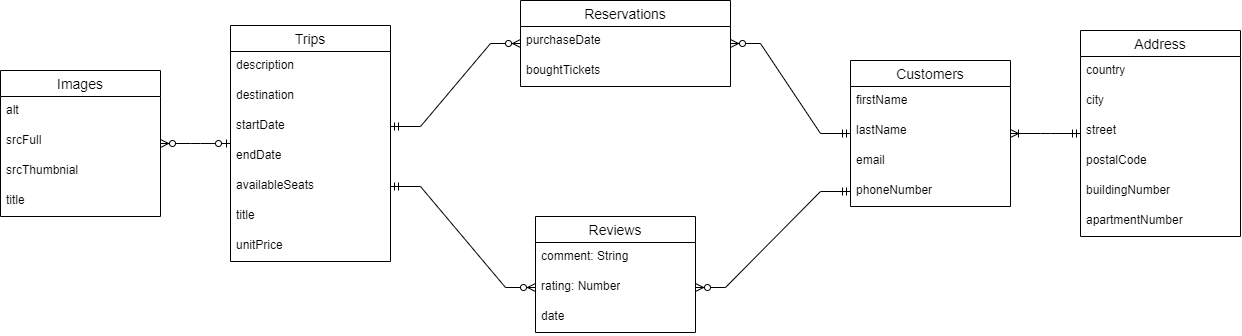
Above: diagrams/data_model.drawio.png in Strattoss/DataBaseMiniproject (draw.io), before the change. Source tidied: cells renumbered, new cells last; positions are measured from the earlier drawing's top-left corner, leaving out a move shared by most shapes.
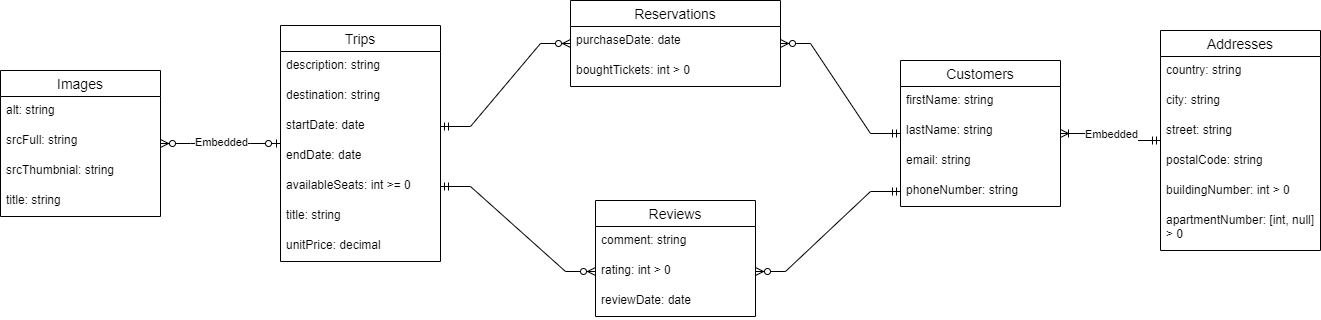
Above is the later version.

Commit message:
Updated data diagram

The edit, as a diff of the source:
```diff
@@ -3,110 +3,117 @@
     <mxCell id="0" />
     <mxCell id="1" parent="0" />
     <mxCell id="2" value="Customers" style="swimlane;fontStyle=0;horizontal=1;startSize=26;align=center;fontSize=14;" parent="1" vertex="1">
-      <mxGeometry x="850" y="60" width="160" height="146" as="geometry" />
+      <mxGeometry x="1050" y="60" width="160" height="146" as="geometry" />
     </mxCell>
-    <mxCell id="3" value="firstName" style="text;strokeColor=none;fillColor=none;spacingLeft=4;spacingRight=4;overflow=hidden;fontSize=12;whiteSpace=wrap;html=1;" parent="2" vertex="1">
+    <mxCell id="3" value="firstName: string" style="text;strokeColor=none;fillColor=none;spacingLeft=4;spacingRight=4;overflow=hidden;fontSize=12;whiteSpace=wrap;html=1;" parent="2" vertex="1">
       <mxGeometry y="26" width="160" height="30" as="geometry" />
     </mxCell>
-    <mxCell id="4" value="lastName" style="text;strokeColor=none;fillColor=none;spacingLeft=4;spacingRight=4;overflow=hidden;fontSize=12;whiteSpace=wrap;html=1;" parent="2" vertex="1">
+    <mxCell id="4" value="lastName: string" style="text;strokeColor=none;fillColor=none;spacingLeft=4;spacingRight=4;overflow=hidden;fontSize=12;whiteSpace=wrap;html=1;" parent="2" vertex="1">
       <mxGeometry y="56" width="160" height="30" as="geometry" />
     </mxCell>
-    <mxCell id="5" value="email" style="text;strokeColor=none;fillColor=none;spacingLeft=4;spacingRight=4;overflow=hidden;fontSize=12;whiteSpace=wrap;html=1;" parent="2" vertex="1">
+    <mxCell id="5" value="email: string" style="text;strokeColor=none;fillColor=none;spacingLeft=4;spacingRight=4;overflow=hidden;fontSize=12;whiteSpace=wrap;html=1;" parent="2" vertex="1">
       <mxGeometry y="86" width="160" height="30" as="geometry" />
     </mxCell>
-    <mxCell id="6" value="phoneNumber" style="text;strokeColor=none;fillColor=none;spacingLeft=4;spacingRight=4;overflow=hidden;points=[[0,0.5],[1,0.5]];portConstraint=eastwest;fontSize=12;whiteSpace=wrap;html=1;" parent="2" vertex="1">
+    <mxCell id="6" value="phoneNumber: string" style="text;strokeColor=none;fillColor=none;spacingLeft=4;spacingRight=4;overflow=hidden;points=[[0,0.5],[1,0.5]];portConstraint=eastwest;fontSize=12;whiteSpace=wrap;html=1;" parent="2" vertex="1">
       <mxGeometry y="116" width="160" height="30" as="geometry" />
     </mxCell>
     <mxCell id="7" value="Reservations" style="swimlane;fontStyle=0;horizontal=1;startSize=26;align=center;fontSize=14;" parent="1" vertex="1">
-      <mxGeometry x="520" width="210" height="86" as="geometry" />
+      <mxGeometry x="720" width="210" height="86" as="geometry" />
     </mxCell>
-    <mxCell id="8" value="purchaseDate" style="text;strokeColor=none;fillColor=none;spacingLeft=4;spacingRight=4;overflow=hidden;fontSize=12;whiteSpace=wrap;html=1;" parent="7" vertex="1">
+    <mxCell id="8" value="purchaseDate: date" style="text;strokeColor=none;fillColor=none;spacingLeft=4;spacingRight=4;overflow=hidden;fontSize=12;whiteSpace=wrap;html=1;" parent="7" vertex="1">
       <mxGeometry y="26" width="210" height="30" as="geometry" />
     </mxCell>
-    <mxCell id="9" value="boughtTickets" style="text;strokeColor=none;fillColor=none;spacingLeft=4;spacingRight=4;overflow=hidden;fontSize=12;whiteSpace=wrap;html=1;" parent="7" vertex="1">
+    <mxCell id="9" value="boughtTickets: int &amp;gt; 0" style="text;strokeColor=none;fillColor=none;spacingLeft=4;spacingRight=4;overflow=hidden;fontSize=12;whiteSpace=wrap;html=1;" parent="7" vertex="1">
       <mxGeometry y="56" width="210" height="30" as="geometry" />
     </mxCell>
     <mxCell id="10" value="Reviews" style="swimlane;fontStyle=0;horizontal=1;startSize=26;align=center;fontSize=14;" parent="1" vertex="1">
-      <mxGeometry x="535" y="216" width="160" height="116" as="geometry" />
+      <mxGeometry x="745" y="200" width="160" height="116" as="geometry" />
     </mxCell>
-    <mxCell id="11" value="comment: String" style="text;strokeColor=none;fillColor=none;spacingLeft=4;spacingRight=4;overflow=hidden;points=[[0,0.5],[1,0.5]];portConstraint=eastwest;fontSize=12;whiteSpace=wrap;html=1;" parent="10" vertex="1">
+    <mxCell id="11" value="comment: string" style="text;strokeColor=none;fillColor=none;spacingLeft=4;spacingRight=4;overflow=hidden;points=[[0,0.5],[1,0.5]];portConstraint=eastwest;fontSize=12;whiteSpace=wrap;html=1;" parent="10" vertex="1">
       <mxGeometry y="26" width="160" height="30" as="geometry" />
     </mxCell>
-    <mxCell id="12" value="rating: Number" style="text;strokeColor=none;fillColor=none;spacingLeft=4;spacingRight=4;overflow=hidden;points=[[0,0.5],[1,0.5]];portConstraint=eastwest;fontSize=12;whiteSpace=wrap;html=1;" parent="10" vertex="1">
+    <mxCell id="12" value="rating: int &amp;gt; 0" style="text;strokeColor=none;fillColor=none;spacingLeft=4;spacingRight=4;overflow=hidden;points=[[0,0.5],[1,0.5]];portConstraint=eastwest;fontSize=12;whiteSpace=wrap;html=1;" parent="10" vertex="1">
       <mxGeometry y="56" width="160" height="30" as="geometry" />
     </mxCell>
-    <mxCell id="13" value="date" style="text;strokeColor=none;fillColor=none;spacingLeft=4;spacingRight=4;overflow=hidden;fontSize=12;whiteSpace=wrap;html=1;" parent="10" vertex="1">
+    <mxCell id="13" value="reviewDate: date" style="text;strokeColor=none;fillColor=none;spacingLeft=4;spacingRight=4;overflow=hidden;fontSize=12;whiteSpace=wrap;html=1;" parent="10" vertex="1">
       <mxGeometry y="86" width="160" height="30" as="geometry" />
     </mxCell>
-    <mxCell id="14" style="edgeStyle=entityRelationEdgeStyle;fontSize=12;html=1;endArrow=ERzeroToMany;startArrow=ERmandOne;rounded=0;entryX=1;entryY=0.5;entryDx=0;entryDy=0;exitX=1;exitY=0.5;exitDx=0;exitDy=0;" parent="1" edge="1" source="x" target="11">
-      <mxGeometry relative="1" as="geometry" />
-    </mxCell>
     <mxCell id="15" value="Trips" style="swimlane;fontStyle=0;horizontal=1;startSize=26;align=center;fontSize=14;" parent="1" vertex="1">
-      <mxGeometry x="230" y="25" width="160" height="236" as="geometry" />
+      <mxGeometry x="430" y="25" width="160" height="236" as="geometry" />
     </mxCell>
-    <mxCell id="16" value="description" style="text;strokeColor=none;fillColor=none;spacingLeft=4;spacingRight=4;overflow=hidden;fontSize=12;whiteSpace=wrap;html=1;" parent="15" vertex="1">
+    <mxCell id="16" value="description: string" style="text;strokeColor=none;fillColor=none;spacingLeft=4;spacingRight=4;overflow=hidden;fontSize=12;whiteSpace=wrap;html=1;" parent="15" vertex="1">
       <mxGeometry y="26" width="160" height="30" as="geometry" />
     </mxCell>
-    <mxCell id="17" value="destination" style="text;strokeColor=none;fillColor=none;spacingLeft=4;spacingRight=4;overflow=hidden;fontSize=12;whiteSpace=wrap;html=1;" parent="15" vertex="1">
+    <mxCell id="17" value="destination: string" style="text;strokeColor=none;fillColor=none;spacingLeft=4;spacingRight=4;overflow=hidden;fontSize=12;whiteSpace=wrap;html=1;" parent="15" vertex="1">
       <mxGeometry y="56" width="160" height="30" as="geometry" />
     </mxCell>
-    <mxCell id="18" value="startDate" style="text;strokeColor=none;fillColor=none;spacingLeft=4;spacingRight=4;overflow=hidden;points=[[0,0.5],[1,0.5]];portConstraint=eastwest;fontSize=12;whiteSpace=wrap;html=1;" parent="15" vertex="1">
+    <mxCell id="18" value="startDate: date" style="text;strokeColor=none;fillColor=none;spacingLeft=4;spacingRight=4;overflow=hidden;points=[[0,0.5],[1,0.5]];portConstraint=eastwest;fontSize=12;whiteSpace=wrap;html=1;" parent="15" vertex="1">
       <mxGeometry y="86" width="160" height="30" as="geometry" />
     </mxCell>
-    <mxCell id="19" value="endDate" style="text;strokeColor=none;fillColor=none;spacingLeft=4;spacingRight=4;overflow=hidden;fontSize=12;whiteSpace=wrap;html=1;" parent="15" vertex="1">
+    <mxCell id="19" value="endDate: date" style="text;strokeColor=none;fillColor=none;spacingLeft=4;spacingRight=4;overflow=hidden;fontSize=12;whiteSpace=wrap;html=1;" parent="15" vertex="1">
       <mxGeometry y="116" width="160" height="30" as="geometry" />
     </mxCell>
-    <mxCell id="20" value="availableSeats" style="text;strokeColor=none;fillColor=none;spacingLeft=4;spacingRight=4;overflow=hidden;points=[[0,0.5],[1,0.5]];portConstraint=eastwest;fontSize=12;whiteSpace=wrap;html=1;" parent="15" vertex="1">
+    <mxCell id="20" value="availableSeats: int &amp;gt;= 0" style="text;strokeColor=none;fillColor=none;spacingLeft=4;spacingRight=4;overflow=hidden;points=[[0,0.5],[1,0.5]];portConstraint=eastwest;fontSize=12;whiteSpace=wrap;html=1;" parent="15" vertex="1">
       <mxGeometry y="146" width="160" height="30" as="geometry" />
     </mxCell>
-    <mxCell id="21" value="title" style="text;strokeColor=none;fillColor=none;spacingLeft=4;spacingRight=4;overflow=hidden;fontSize=12;whiteSpace=wrap;html=1;" parent="15" vertex="1">
+    <mxCell id="21" value="title: string" style="text;strokeColor=none;fillColor=none;spacingLeft=4;spacingRight=4;overflow=hidden;fontSize=12;whiteSpace=wrap;html=1;" parent="15" vertex="1">
       <mxGeometry y="176" width="160" height="30" as="geometry" />
     </mxCell>
-    <mxCell id="22" value="unitPrice" style="text;strokeColor=none;fillColor=none;spacingLeft=4;spacingRight=4;overflow=hidden;fontSize=12;whiteSpace=wrap;html=1;" parent="15" vertex="1">
+    <mxCell id="22" value="unitPrice: decimal" style="text;strokeColor=none;fillColor=none;spacingLeft=4;spacingRight=4;overflow=hidden;fontSize=12;whiteSpace=wrap;html=1;" parent="15" vertex="1">
       <mxGeometry y="206" width="160" height="30" as="geometry" />
     </mxCell>
     <mxCell id="23" value="Images" style="swimlane;fontStyle=0;horizontal=1;startSize=26;align=center;fontSize=14;" parent="1" vertex="1">
-      <mxGeometry y="70" width="160" height="146" as="geometry" />
+      <mxGeometry x="150" y="70" width="160" height="146" as="geometry" />
     </mxCell>
-    <mxCell id="24" value="alt" style="text;strokeColor=none;fillColor=none;spacingLeft=4;spacingRight=4;overflow=hidden;fontSize=12;whiteSpace=wrap;html=1;" parent="23" vertex="1">
+    <mxCell id="24" value="alt: string" style="text;strokeColor=none;fillColor=none;spacingLeft=4;spacingRight=4;overflow=hidden;fontSize=12;whiteSpace=wrap;html=1;" parent="23" vertex="1">
       <mxGeometry y="26" width="160" height="30" as="geometry" />
     </mxCell>
-    <mxCell id="25" value="srcFull" style="text;strokeColor=none;fillColor=none;spacingLeft=4;spacingRight=4;overflow=hidden;fontSize=12;whiteSpace=wrap;html=1;" parent="23" vertex="1">
+    <mxCell id="25" value="srcFull: string" style="text;strokeColor=none;fillColor=none;spacingLeft=4;spacingRight=4;overflow=hidden;fontSize=12;whiteSpace=wrap;html=1;" parent="23" vertex="1">
       <mxGeometry y="56" width="160" height="30" as="geometry" />
     </mxCell>
-    <mxCell id="26" value="srcThumbnial" style="text;strokeColor=none;fillColor=none;spacingLeft=4;spacingRight=4;overflow=hidden;fontSize=12;whiteSpace=wrap;html=1;" parent="23" vertex="1">
+    <mxCell id="26" value="srcThumbnial: string" style="text;strokeColor=none;fillColor=none;spacingLeft=4;spacingRight=4;overflow=hidden;fontSize=12;whiteSpace=wrap;html=1;" parent="23" vertex="1">
       <mxGeometry y="86" width="160" height="30" as="geometry" />
     </mxCell>
-    <mxCell id="27" value="title" style="text;strokeColor=none;fillColor=none;spacingLeft=4;spacingRight=4;overflow=hidden;fontSize=12;whiteSpace=wrap;html=1;" parent="23" vertex="1">
+    <mxCell id="27" value="title: string" style="text;strokeColor=none;fillColor=none;spacingLeft=4;spacingRight=4;overflow=hidden;fontSize=12;whiteSpace=wrap;html=1;" parent="23" vertex="1">
       <mxGeometry y="116" width="160" height="30" as="geometry" />
     </mxCell>
     <mxCell id="28" style="edgeStyle=entityRelationEdgeStyle;fontSize=12;html=1;endArrow=ERzeroToMany;startArrow=ERzeroToOne;rounded=0;" parent="1" edge="1" source="15" target="23">
       <mxGeometry relative="1" as="geometry" />
     </mxCell>
+    <mxCell id="41" value="Embedded" style="edgeLabel;html=1;align=center;verticalAlign=middle;" parent="28" vertex="1">
+      <mxGeometry x="0.09" relative="1" as="geometry">
+        <mxPoint x="6" y="-2" as="offset" />
+      </mxGeometry>
+    </mxCell>
-    <mxCell id="29" value="Address" style="swimlane;fontStyle=0;horizontal=1;startSize=26;align=center;fontSize=14;" parent="1" vertex="1">
-      <mxGeometry x="1080" y="30" width="160" height="206" as="geometry" />
+    <mxCell id="29" value="Addresses" style="swimlane;fontStyle=0;horizontal=1;startSize=26;align=center;fontSize=14;" parent="1" vertex="1">
+      <mxGeometry x="1310" y="30" width="160" height="220" as="geometry" />
     </mxCell>
-    <mxCell id="30" value="country" style="text;strokeColor=none;fillColor=none;spacingLeft=4;spacingRight=4;overflow=hidden;fontSize=12;whiteSpace=wrap;html=1;" parent="29" vertex="1">
+    <mxCell id="30" value="country: string" style="text;strokeColor=none;fillColor=none;spacingLeft=4;spacingRight=4;overflow=hidden;fontSize=12;whiteSpace=wrap;html=1;" parent="29" vertex="1">
       <mxGeometry y="26" width="160" height="30" as="geometry" />
     </mxCell>
-    <mxCell id="31" value="city" style="text;strokeColor=none;fillColor=none;spacingLeft=4;spacingRight=4;overflow=hidden;fontSize=12;whiteSpace=wrap;html=1;" parent="29" vertex="1">
+    <mxCell id="31" value="city: string" style="text;strokeColor=none;fillColor=none;spacingLeft=4;spacingRight=4;overflow=hidden;fontSize=12;whiteSpace=wrap;html=1;" parent="29" vertex="1">
       <mxGeometry y="56" width="160" height="30" as="geometry" />
     </mxCell>
-    <mxCell id="32" value="street" style="text;strokeColor=none;fillColor=none;spacingLeft=4;spacingRight=4;overflow=hidden;fontSize=12;whiteSpace=wrap;html=1;" parent="29" vertex="1">
+    <mxCell id="32" value="street: string" style="text;strokeColor=none;fillColor=none;spacingLeft=4;spacingRight=4;overflow=hidden;fontSize=12;whiteSpace=wrap;html=1;" parent="29" vertex="1">
       <mxGeometry y="86" width="160" height="30" as="geometry" />
     </mxCell>
-    <mxCell id="33" value="postalCode" style="text;strokeColor=none;fillColor=none;spacingLeft=4;spacingRight=4;overflow=hidden;fontSize=12;whiteSpace=wrap;html=1;" parent="29" vertex="1">
+    <mxCell id="33" value="postalCode: string" style="text;strokeColor=none;fillColor=none;spacingLeft=4;spacingRight=4;overflow=hidden;fontSize=12;whiteSpace=wrap;html=1;" parent="29" vertex="1">
       <mxGeometry y="116" width="160" height="30" as="geometry" />
     </mxCell>
-    <mxCell id="34" value="buildingNumber" style="text;strokeColor=none;fillColor=none;spacingLeft=4;spacingRight=4;overflow=hidden;fontSize=12;whiteSpace=wrap;html=1;" parent="29" vertex="1">
+    <mxCell id="34" value="buildingNumber: int &amp;gt; 0" style="text;strokeColor=none;fillColor=none;spacingLeft=4;spacingRight=4;overflow=hidden;fontSize=12;whiteSpace=wrap;html=1;" parent="29" vertex="1">
       <mxGeometry y="146" width="160" height="30" as="geometry" />
     </mxCell>
-    <mxCell id="35" value="apartmentNumber" style="text;strokeColor=none;fillColor=none;spacingLeft=4;spacingRight=4;overflow=hidden;fontSize=12;whiteSpace=wrap;html=1;" parent="29" vertex="1">
-      <mxGeometry y="176" width="160" height="30" as="geometry" />
+    <mxCell id="35" value="apartmentNumber: [int, null] &amp;gt; 0" style="text;strokeColor=none;fillColor=none;spacingLeft=4;spacingRight=4;overflow=hidden;fontSize=12;whiteSpace=wrap;html=1;" parent="29" vertex="1">
+      <mxGeometry y="176" width="160" height="44" as="geometry" />
     </mxCell>
     <mxCell id="36" style="edgeStyle=entityRelationEdgeStyle;fontSize=12;html=1;endArrow=ERoneToMany;startArrow=ERmandOne;rounded=0;" parent="1" edge="1" source="29" target="2">
       <mxGeometry relative="1" as="geometry" />
     </mxCell>
+    <mxCell id="42" value="Embedded" style="edgeLabel;html=1;align=center;verticalAlign=middle;" parent="36" vertex="1">
+      <mxGeometry x="0.18" y="2" relative="1" as="geometry">
+        <mxPoint x="9" y="-4" as="offset" />
+      </mxGeometry>
+    </mxCell>
     <mxCell id="37" style="edgeStyle=entityRelationEdgeStyle;fontSize=12;html=1;endArrow=ERzeroToMany;startArrow=ERmandOne;rounded=0;exitX=1;exitY=0.5;exitDx=0;exitDy=0;" parent="1" edge="1" source="18" target="7">
       <mxGeometry relative="1" as="geometry" />
     </mxCell>
```
